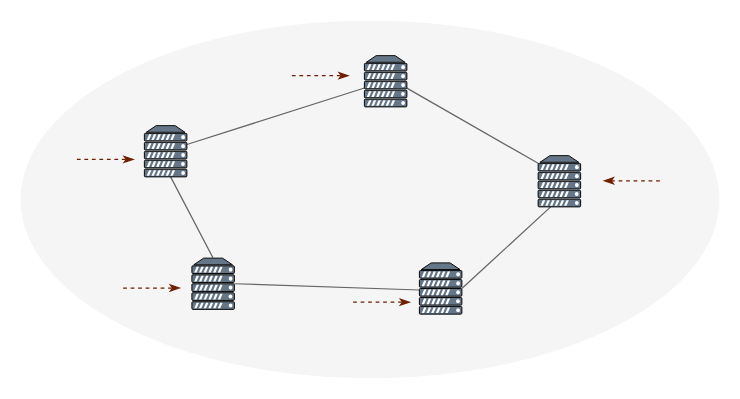
Before: page "去中心化" (2 of 3) of DRL.drawio in zhangluting123/drawio, a draw.io diagram. Source tidied: cells renumbered, new cells numbered last; positions are measured from the earlier drawing's top-left corner, leaving out a move shared by most shapes. Both pictures are drawn from the tidied source at 125%, with x=0, y=0 at pixel (20, 20).
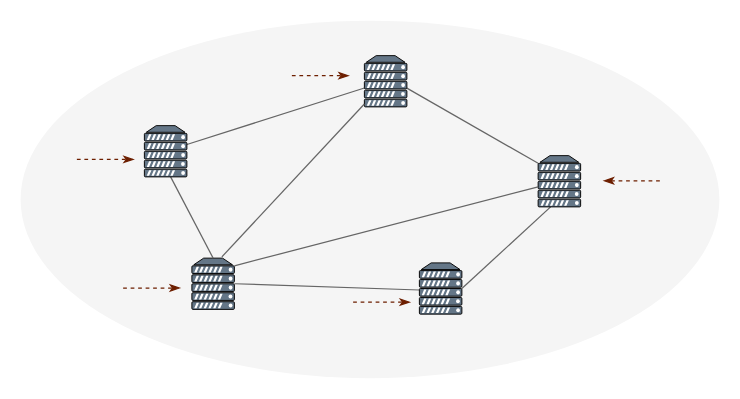
The same diagram, later.

Unchanged cells that the change refers to:
```xml
<mxCell id="3" style="verticalAlign=top;verticalLabelPosition=bottom;labelPosition=center;align=center;html=1;outlineConnect=0;fillColor=#647687;strokeColor=default;gradientDirection=north;strokeWidth=1;shape=mxgraph.networks.server;fontColor=#ffffff;" parent="1" vertex="1">
  <mxGeometry x="137" y="190" width="34" height="41" as="geometry" />
</mxCell>
<mxCell id="10" style="verticalAlign=top;verticalLabelPosition=bottom;labelPosition=center;align=center;html=1;outlineConnect=0;fillColor=#647687;strokeColor=default;gradientDirection=north;strokeWidth=1;shape=mxgraph.networks.server;fontColor=#ffffff;" parent="1" vertex="1">
  <mxGeometry x="275" y="28" width="34" height="41" as="geometry" />
</mxCell>
<mxCell id="11" style="verticalAlign=top;verticalLabelPosition=bottom;labelPosition=center;align=center;html=1;outlineConnect=0;fillColor=#647687;strokeColor=default;gradientDirection=north;strokeWidth=1;shape=mxgraph.networks.server;fontColor=#ffffff;" parent="1" vertex="1">
  <mxGeometry x="414" y="108" width="34" height="41" as="geometry" />
</mxCell>
```

What changed in the source:
```diff
@@
+    <mxCell id="18" style="endArrow=none;html=1;rounded=0;strokeColor=#666666;" parent="1" edge="1" target="10">
+      <mxGeometry relative="1" as="geometry">
+        <mxPoint x="161" y="189" as="sourcePoint" />
+      </mxGeometry>
+    </mxCell>
+    <mxCell id="19" style="endArrow=none;html=1;rounded=0;strokeColor=#666666;exitX=1;exitY=0.15;exitDx=0;exitDy=0;exitPerimeter=0;" parent="1" edge="1" source="3" target="11">
+      <mxGeometry relative="1" as="geometry" />
+    </mxCell>
```
